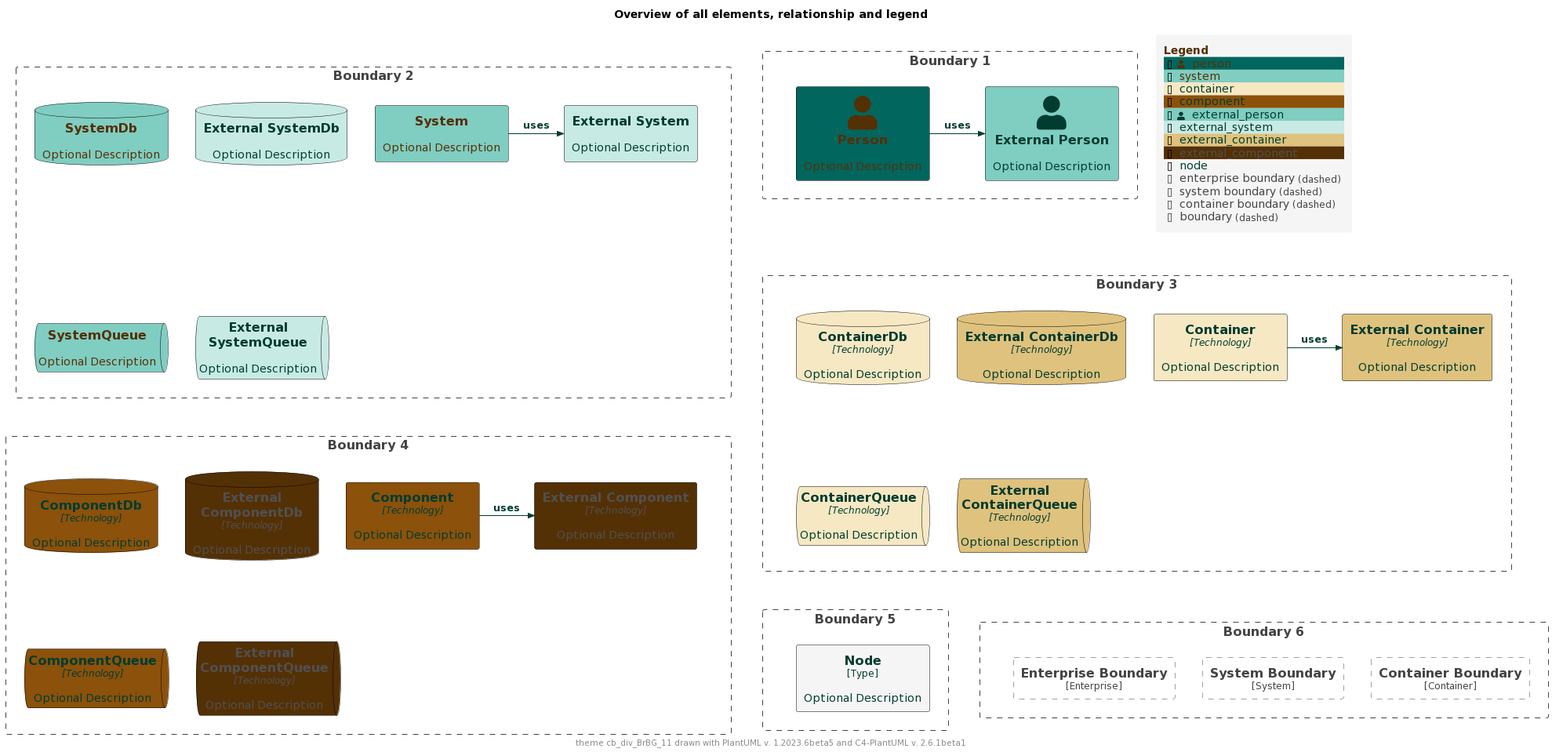
Earlier version of the PlantUML export palettes/puml-theme-cb_div_BrBG_11-example.png (mweagle/C4-PlantUML-Themes).
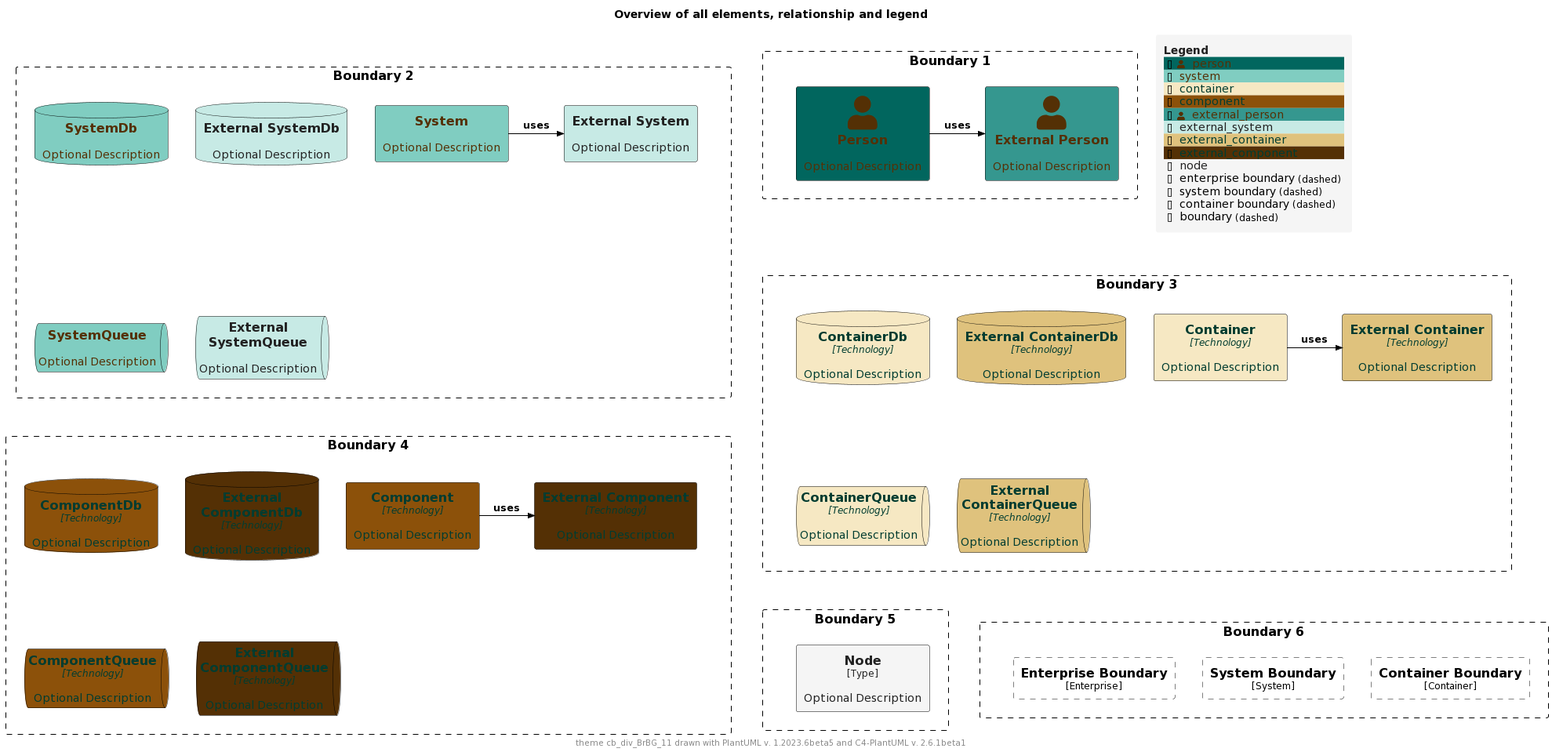
The same diagram one commit later.

The edit, as a diff of the source:
```diff
@@ -2,16 +2,16 @@
 !$THEME = "cb_div_BrBG_11"
 
 !function $textcolor($bgColor)
-!if $bgcolor == $COLOR_INDEX_4 || $bgcolor == $COLOR_INDEX_5
+!if $bgColor == $COLOR_INDEX_0 || $bgColor == $COLOR_INDEX_1 || $bgColor == $COLOR_INDEX_2 || $bgColor == $COLOR_INDEX_3 || $bgColor == $COLOR_INDEX_4
+!return $COLOR_INDEX_10
+!elseif $bgColor == $COLOR_INDEX_7 || $bgColor == $COLOR_INDEX_8 || $bgColor == $COLOR_INDEX_9 || $bgColor == $COLOR_INDEX_10
+!return $COLOR_INDEX_0
+!elseif %is_light($bgColor)
+!return "#222222"
+!elseif %is_dark($bgColor)
+!return "#dddddd"
+!else
 !return $COLOR_TEXT_FALLBACK_COLOR
-!elseif $bgColor == $COLOR_INDEX_10
-!return $COLOR_TEXT_FALLBACK_COLOR
-!elseif $bgColor == $COLOR_INDEX_0
-!return $COLOR_TEXT_FALLBACK_COLOR
-!elseif %is_light($bgColor)
-!return $COLOR_TEXT_DARK
-!else
-!return $COLOR_TEXT_LIGHT
 !endif
 !endfunction
 
@@ -28,42 +28,40 @@
 !$COLOR_INDEX_10="#003C30"
 !$COLOR_BORDER_COLOR="#000000"
 
-!$COLOR_REL_COLOR="#003C30"
-
 !$COLOR_TEXT_LIGHT=$COLOR_INDEX_0
 !$COLOR_TEXT_DARK=$COLOR_INDEX_10
 !$COLOR_TEXT_NEUTRAL=$textcolor($COLOR_INDEX_5)
-!$COLOR_REL_COLOR=$textcolor($COLOR_INDEX_0)
+!$COLOR_REL_COLOR=$textcolor($COLOR_INDEX_10)
 
-!$COLOR_TEXT_FALLBACK_COLOR ?= "#505050"
+!$COLOR_TEXT_FALLBACK_COLOR ?= "#000000"
 
 !$STEREOTYPE_FONT_SIZE ?= 12
 !$TECHN_FONT_SIZE ?= 12
 
-!$ELEMENT_FONT_COLOR ?= $COLOR_TEXT_NEUTRAL
+!$ELEMENT_FONT_COLOR ?= $COLOR_TEXT_FALLBACK_COLOR
 
-!$ARROW_COLOR ?= $COLOR_TEXT_NEUTRAL
-!$ARROW_FONT_COLOR ?= $COLOR_TEXT_NEUTRAL
+!$ARROW_COLOR ?= $COLOR_TEXT_FALLBACK_COLOR
+!$ARROW_FONT_COLOR ?= $COLOR_TEXT_FALLBACK_COLOR
 !$ARROW_FONT_SIZE ?= 12
 
-!$BOUNDARY_COLOR ?= "#444444"
+!$BOUNDARY_COLOR ?= $COLOR_BORDER_COLOR
 !$BOUNDARY_BG_COLOR ?= "transparent"
 !$BOUNDARY_BORDER_STYLE ?= "dashed"
 
-!$PERSON_FONT_COLOR ?= $textcolor($COLOR_INDEX_9)
 !$PERSON_BG_COLOR ?= $COLOR_INDEX_9
+!$PERSON_FONT_COLOR ?= $textcolor($PERSON_BG_COLOR)
 !$PERSON_BORDER_COLOR ?= $COLOR_BORDER_COLOR
 
-!$EXTERNAL_PERSON_FONT_COLOR ?= $textcolor($COLOR_INDEX_7)
-!$EXTERNAL_PERSON_BG_COLOR ?= $COLOR_INDEX_7
+!$EXTERNAL_PERSON_BG_COLOR ?= $COLOR_INDEX_8
+!$EXTERNAL_PERSON_FONT_COLOR ?= $textcolor($EXTERNAL_PERSON_BG_COLOR)
 !$EXTERNAL_PERSON_BORDER_COLOR ?= $COLOR_BORDER_COLOR
 
-!$SYSTEM_FONT_COLOR ?= $COLOR_TEXT_LIGHT
 !$SYSTEM_BG_COLOR ?= $COLOR_INDEX_7
+!$SYSTEM_FONT_COLOR ?= $textcolor($SYSTEM_BG_COLOR)
 !$SYSTEM_BORDER_COLOR ?= $COLOR_BORDER_COLOR
 
-!$EXTERNAL_SYSTEM_FONT_COLOR ?= $textcolor($COLOR_INDEX_6)
 !$EXTERNAL_SYSTEM_BG_COLOR ?= $COLOR_INDEX_6
+!$EXTERNAL_SYSTEM_FONT_COLOR ?= $textcolor($EXTERNAL_SYSTEM_BG_COLOR)
 !$EXTERNAL_SYSTEM_BORDER_COLOR ?= $COLOR_BORDER_COLOR
 
 !$SYSTEM_BOUNDARY_COLOR ?= $BOUNDARY_COLOR
@@ -74,31 +72,31 @@
 !$ENTERPRISE_BOUNDARY_BG_COLOR ?= $BOUNDARY_BG_COLOR
 !$ENTERPRISE_BOUNDARY_BORDER_STYLE ?= $BOUNDARY_BORDER_STYLE
 
-!$CONTAINER_FONT_COLOR ?= $COLOR_TEXT_DARK
 !$CONTAINER_BG_COLOR ?= $COLOR_INDEX_4
+!$CONTAINER_FONT_COLOR ?= $textcolor($CONTAINER_BG_COLOR)
 !$CONTAINER_BORDER_COLOR ?= $COLOR_BORDER_COLOR
 
-!$EXTERNAL_CONTAINER_FONT_COLOR ?= $textcolor($COLOR_INDEX_3)
 !$EXTERNAL_CONTAINER_BG_COLOR ?= $COLOR_INDEX_3
+!$EXTERNAL_CONTAINER_FONT_COLOR ?= $textcolor($EXTERNAL_CONTAINER_BG_COLOR)
 !$EXTERNAL_CONTAINER_BORDER_COLOR ?= $COLOR_BORDER_COLOR
 
 !$CONTAINER_BOUNDARY_COLOR ?= $BOUNDARY_COLOR
 !$CONTAINER_BOUNDARY_BG_COLOR ?= $BOUNDARY_BG_COLOR
 !$CONTAINER_BOUNDARY_BORDER_STYLE ?= $BOUNDARY_BORDER_STYLE
 
-!$COMPONENT_FONT_COLOR ?= $COLOR_TEXT_DARK
 !$COMPONENT_BG_COLOR ?= $COLOR_INDEX_1
+!$COMPONENT_FONT_COLOR ?= $textcolor($COMPONENT_BG_COLOR)
 !$COMPONENT_BORDER_COLOR ?= $COLOR_BORDER_COLOR
 
-!$EXTERNAL_COMPONENT_FONT_COLOR ?= $textcolor($COLOR_INDEX_0)
 !$EXTERNAL_COMPONENT_BG_COLOR ?= $COLOR_INDEX_0
+!$EXTERNAL_COMPONENT_FONT_COLOR ?= $textcolor($EXTERNAL_COMPONENT_BG_COLOR)
 !$EXTERNAL_COMPONENT_BORDER_COLOR ?= $COLOR_BORDER_COLOR
 
-!$NODE_FONT_COLOR ?= $textcolor($COLOR_INDEX_5)
 !$NODE_BG_COLOR ?= $COLOR_INDEX_5
+!$NODE_FONT_COLOR ?= $textcolor($NODE_BG_COLOR)
 !$NODE_BORDER_COLOR ?= $COLOR_BORDER_COLOR
 
-!$LEGEND_TITLE_COLOR ?= $COLOR_INDEX_0
+!$LEGEND_TITLE_COLOR ?= $textcolor($COLOR_INDEX_5)
 !$LEGEND_FONT_COLOR ?= $textcolor($COLOR_INDEX_5)
 !$LEGEND_BG_COLOR ?= $COLOR_INDEX_5
 !$LEGEND_BORDER_COLOR ?= $COLOR_INDEX_5
@@ -125,8 +123,8 @@
 !$LEGEND_DASHED_TRANSPARENT_BOUNDARY ?= "dashed"
 
 !$SKETCH_BG_COLOR ?= "transparent"
-!$SKETCH_FONT_COLOR ?= $COLOR_INDEX_NEUTRAL
-!$SKETCH_WARNING_COLOR ?= $COLOR_INDEX_10
+!$SKETCH_FONT_COLOR ?= $COLOR_INDEX_10
+!$SKETCH_WARNING_COLOR ?= $COLOR_INDEX_0
 
 !$SKETCH_FONT_NAME ?= "Gochi Hand"
 
@@ -135,5 +133,84 @@
 
 !$ROUNDED_BOX_SIZE ?= 25
 !$EIGHT_SIDED_SIZE ?= 18
-!include https://raw.githubusercontent.com/plantuml-stdlib/C4-PlantUML/master/percy/TestAllElementsWithLegend.puml
+
+
+!if %variable_exists("RELATIVE_INCLUDE")
+  !include %get_variable_value("RELATIVE_INCLUDE")/C4_Component.puml
+  !include %get_variable_value("RELATIVE_INCLUDE")/C4_Deployment.puml
+!else
+  !include https://raw.githubusercontent.com/plantuml-stdlib/C4-PlantUML/master/C4_Component.puml
+  !include https://raw.githubusercontent.com/plantuml-stdlib/C4-PlantUML/master/C4_Deployment.puml
+!endif
+
+SetDefaultLegendEntries("person\nsystem\ncontainer\ncomponent\nexternal_person\nexternal_system\nexternal_container\nexternal_component\nnode\nenterprise_boundary\nsystem_boundary\ncontainer_boundary\nboundary")
+
+title Overview of all elements, relationship and legend
+
+footer theme $THEME drawn with PlantUML v. %version() and C4-PlantUML v. C4Version()
+
+Boundary(b2, "Boundary 2") {
+  System(system, "System", "Optional Description")
+  System_Ext(externalSystem, "External System", "Optional Description")
+  Rel_R(system, externalSystem, "uses")
+
+  SystemDb(systemDb, "SystemDb", "Optional Description")
+  SystemDb_Ext(externalSystemDb, "External SystemDb", "Optional Description")
+  SystemQueue(systemQueue, "SystemQueue", "Optional Description")
+  SystemQueue_Ext(externalSystemQueue, "External SystemQueue", "Optional Description")
+}
+
+Boundary(b1, "Boundary 1") {
+  Person(person, "Person", "Optional Description")
+  Person_Ext(externalPerson, "External Person", "Optional Description")
+  Rel_R(person, externalPerson, "uses")
+}
+
+Boundary(b3, "Boundary 3") {
+  Container(container, "Container", "Technology", "Optional Description")
+  Container_Ext(externalContainer, "External Container", "Technology", "Optional Description")
+  Rel_R(container, externalContainer, "uses")
+
+  ContainerDb(containerDb, "ContainerDb", "Technology", "Optional Description")
+  ContainerDb_Ext(externalContainerDb, "External ContainerDb", "Technology", "Optional Description")
+  ContainerQueue(containerQueue, "ContainerQueue", "Technology", "Optional Description")
+  ContainerQueue_Ext(externalContainerQueue, "External ContainerQueue", "Technology", "Optional Description")
+}
+
+Boundary(b4, "Boundary 4") {
+  Component(component, "Component", "Technology", "Optional Description")
+  Component_Ext(externalComponent, "External Component", "Technology", "Optional Description")
+  Rel_R(component, externalComponent, "uses")
+
+  ComponentDb(componentDb, "ComponentDb", "Technology", "Optional Description")
+  ComponentDb_Ext(externalComponentDb, "External ComponentDb", "Technology", "Optional Description")
+  ComponentQueue(componentQueue, "ComponentQueue", "Technology", "Optional Description")
+  ComponentQueue_Ext(externalComponentQueue, "External ComponentQueue", "Technology", "Optional Description")
+}
+
+Boundary(b5, "Boundary 5") {
+  Node(node, "Node", "Type", "Optional Description")
+}
+
+Boundary(b6, "Boundary 6") {
+  Enterprise_Boundary(eb, "Enterprise Boundary") {
+  }
+
+  System_Boundary(sb, "System Boundary") {
+  }
+
+  Container_Boundary(cb, "Container Boundary") {
+  }
+
+  Lay_R(eb,sb)
+  Lay_R(sb,cb)
+}
+
+Lay_D(b2,b3)
+Lay_R(b2,b1)
+Lay_D(b3,b4)
+Lay_D(b4,b5)
+Lay_R(b5,b6)
+
+SHOW_FLOATING_LEGEND()
 @enduml
```
